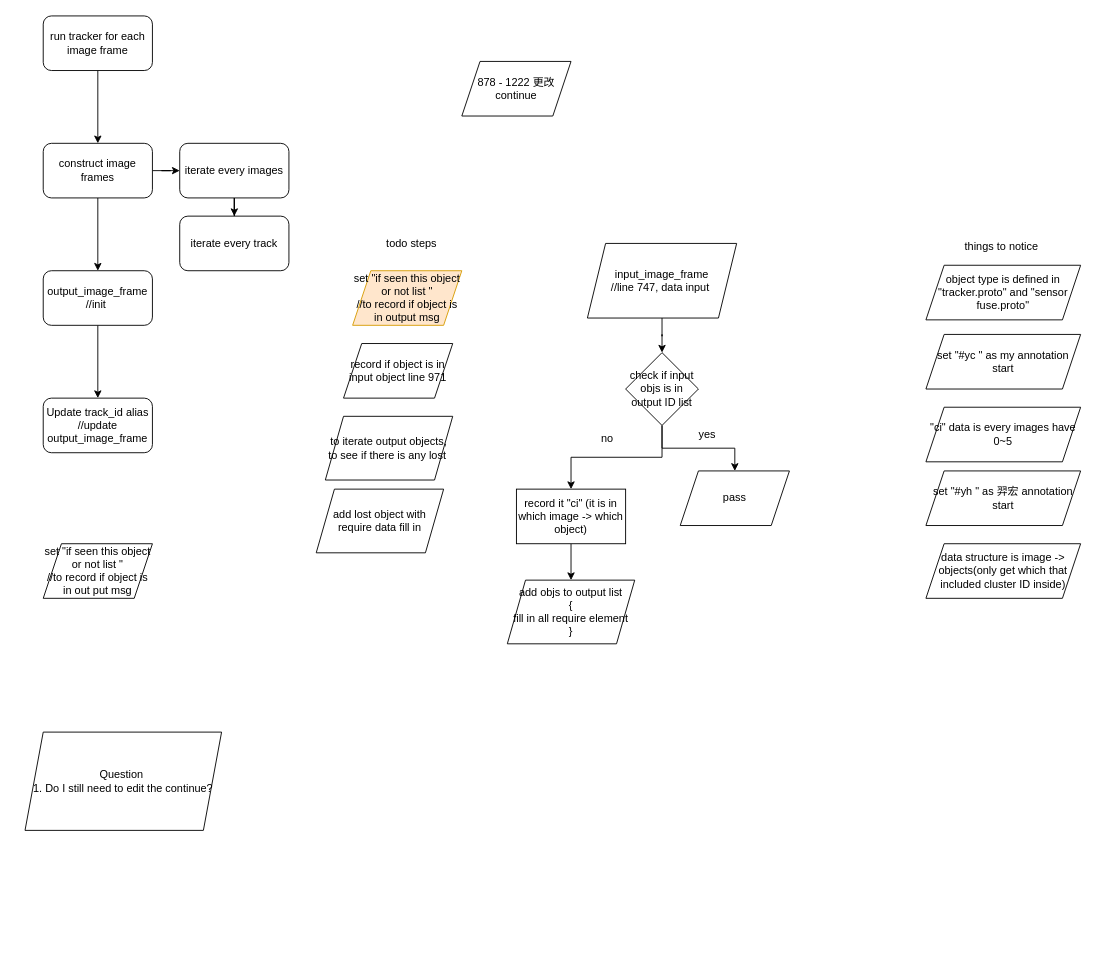
YueChuCheng/Wayside_draw keeps this draw.io diagram as deepsort_tracker.drawio. Above is the earlier version. Source tidied: cells renumbered, new cells numbered last; positions are measured from the earlier drawing's top-left corner, leaving out a move shared by most shapes. Both pictures are drawn from the tidied source at 91%, with x=0, y=0 at pixel (25, 15).
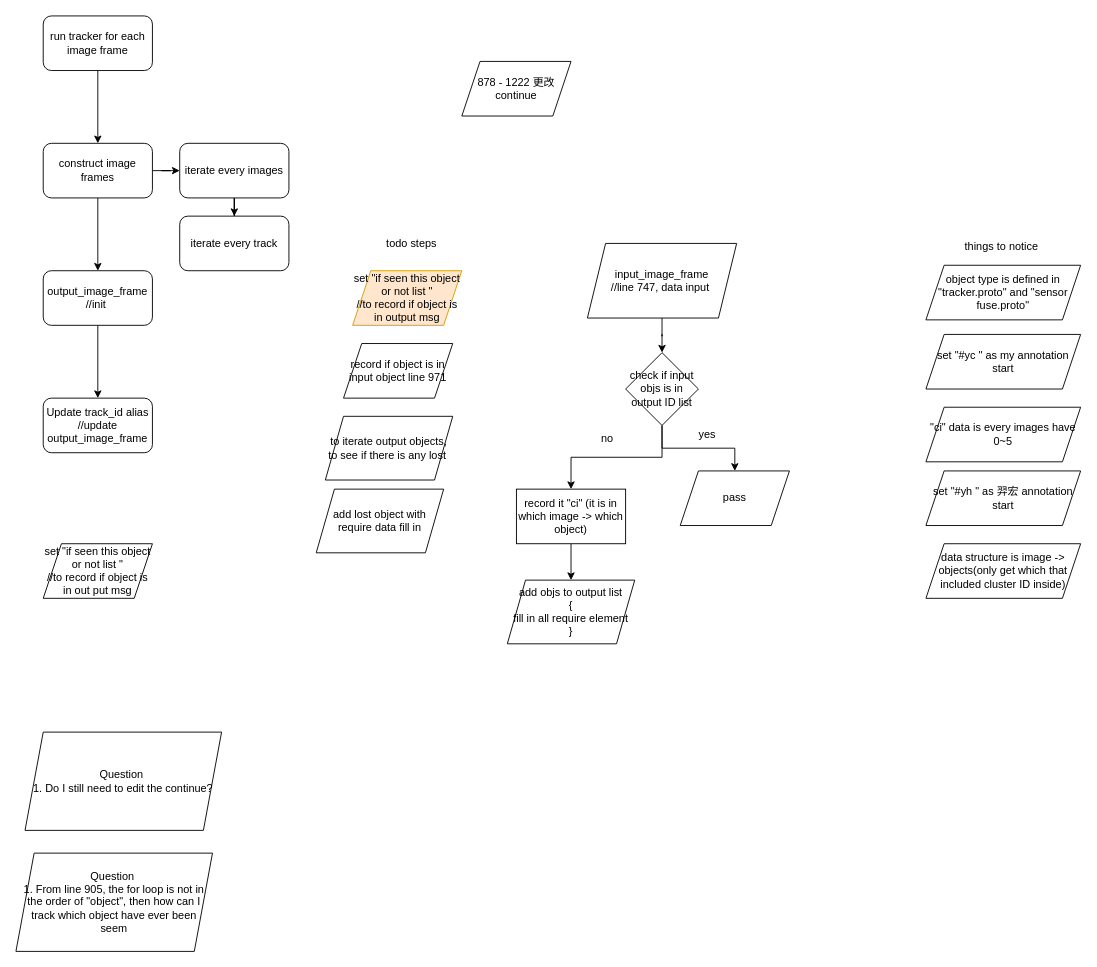
Above is the later version.

What changed in the source:
```diff
@@
+    <mxCell id="38" value="Question&amp;nbsp;&lt;br&gt;1. From line 905, the for loop is not in the order of &quot;object&quot;, then how can I track which object have ever been seem" style="shape=parallelogram;perimeter=parallelogramPerimeter;whiteSpace=wrap;html=1;fixedSize=1;" parent="1" vertex="1">
+      <mxGeometry x="-10" y="920" width="216" height="108" as="geometry" />
+    </mxCell>
```
